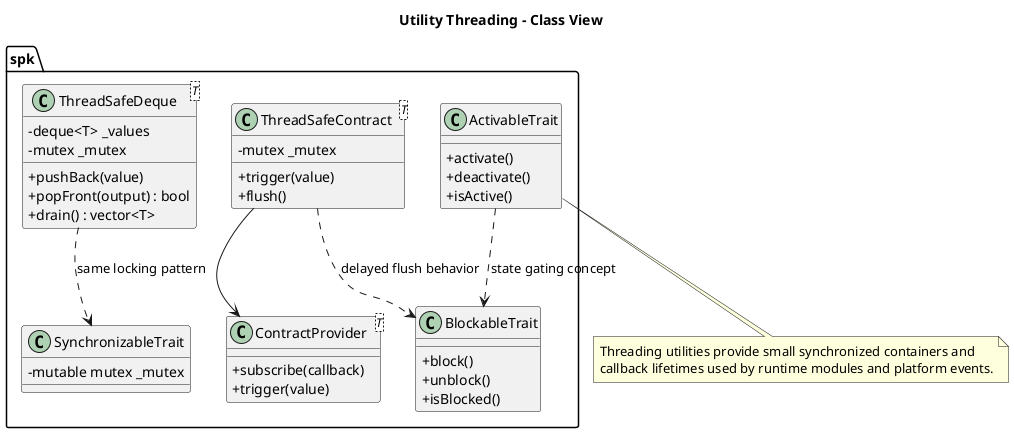
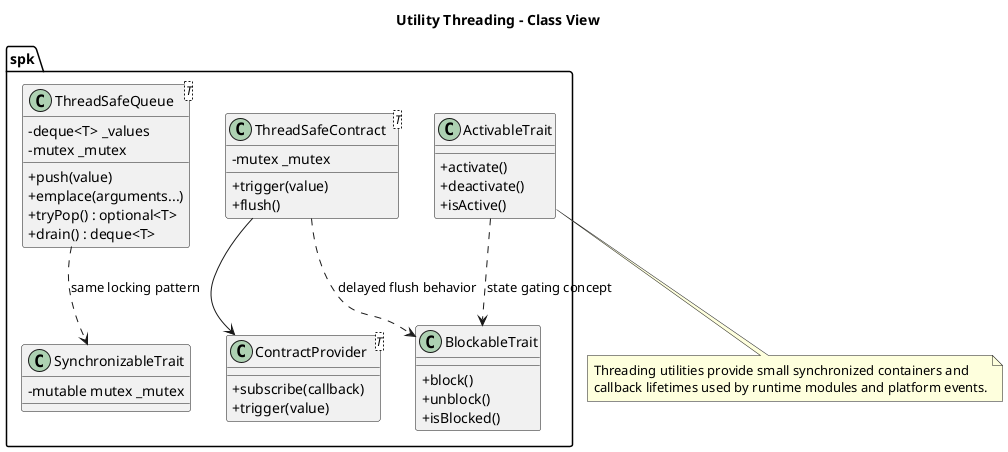
@startuml
title Utility Threading - Class View

skinparam classAttributeIconSize 0

namespace spk {
	class SynchronizableTrait {
		- mutable mutex _mutex
	}

- 	class ThreadSafeDeque<T> {
+ 	class ThreadSafeQueue<T> {
		- deque<T> _values
		- mutex _mutex
- 		+ pushBack(value)
- 		+ popFront(output) : bool
- 		+ drain() : vector<T>
+ 		+ push(value)
+ 		+ emplace(arguments...)
+ 		+ tryPop() : optional<T>
+ 		+ drain() : deque<T>
	}

	class ContractProvider<T> {
		+ subscribe(callback)
		+ trigger(value)
	}

	class ThreadSafeContract<T> {
		- mutex _mutex
		+ trigger(value)
		+ flush()
	}

	class BlockableTrait {
		+ block()
		+ unblock()
		+ isBlocked()
	}

	class ActivableTrait {
		+ activate()
		+ deactivate()
		+ isActive()
	}
}

- spk.ThreadSafeDeque ..> spk.SynchronizableTrait : same locking pattern
+ spk.ThreadSafeQueue ..> spk.SynchronizableTrait : same locking pattern
spk.ThreadSafeContract --> spk.ContractProvider
spk.ThreadSafeContract ..> spk.BlockableTrait : delayed flush behavior
spk.ActivableTrait ..> spk.BlockableTrait : state gating concept

note bottom
Threading utilities provide small synchronized containers and
callback lifetimes used by runtime modules and platform events.
end note

@enduml
